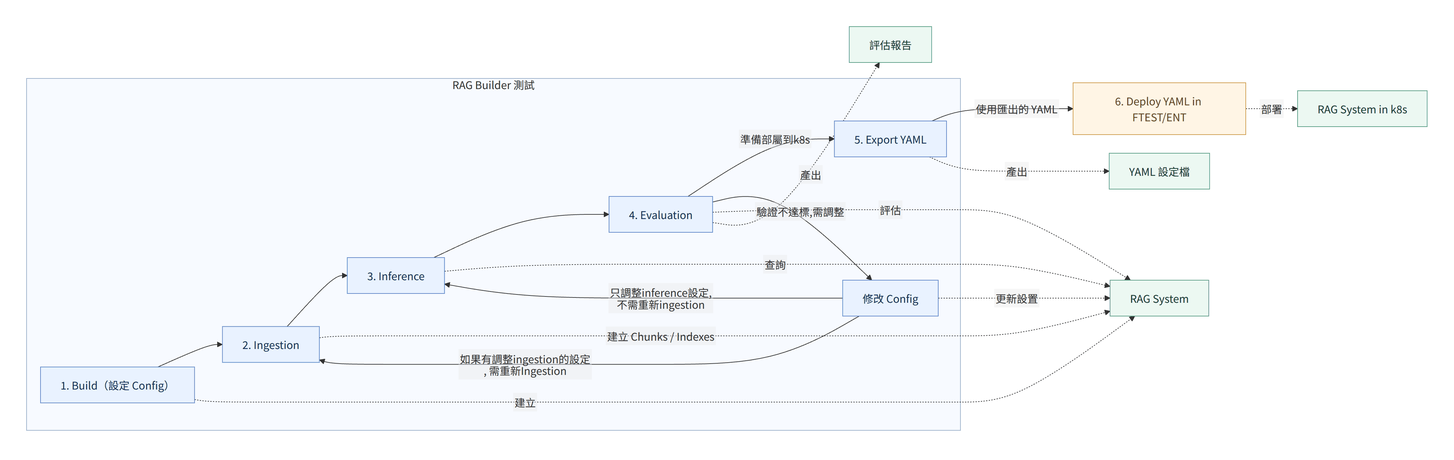
Earlier version of the Mermaid export diagrams/01_user_system_l1.png (SunnyWenwen/rag_platform). Its source is kept beside it as diagrams/01_user_system_l1.mmd.
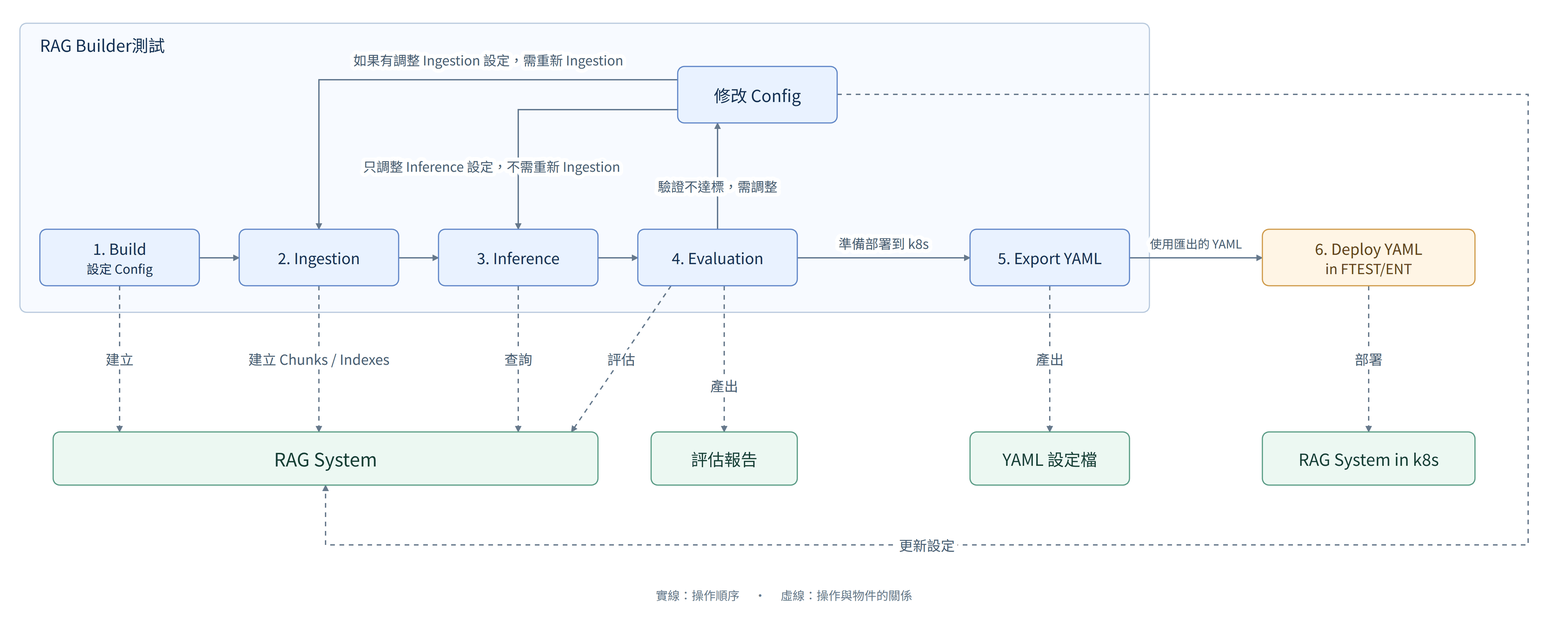
The same file after the commit.

Commit message:
docs: align RAG Builder flow to reference with deployment outside

Diff of the diagram source:
```diff
@@ -1,13 +1,13 @@
 flowchart LR
-    subgraph BUILDER["RAG Builder 測試"]
+    subgraph BUILDER["RAG Builder測試"]
         direction LR
         B["1. Build（設定 Config）"] --> I["2. Ingestion"]
         I --> Q["3. Inference"]
         Q --> E["4. Evaluation"]
-        E -->|準備部屬到k8s| X["5. Export YAML"]
-        E -->|驗證不達標,需調整| C["修改 Config"]
-        C -->|如果有調整ingestion的設定, 需重新Ingestion| I
-        C -->|只調整inference設定, 不需重新ingestion| Q
+        E -->|準備部署到 k8s| X["5. Export YAML"]
+        E -->|驗證不達標，需調整| C["修改 Config"]
+        C -->|如果有調整 Ingestion 設定，需重新 Ingestion| I
+        C -->|只調整 Inference 設定，不需重新 Ingestion| Q
     end
 
     D["6. Deploy YAML in FTEST/ENT"]
@@ -24,7 +24,7 @@
     I -. "建立 Chunks / Indexes" .-> S
     Q -. 查詢 .-> S
     E -. 評估 .-> S
-    C -. 更新設置 .-> S
+    C -. 更新設定 .-> S
 
     E -. 產出 .-> R
     X -. 產出 .-> Y
@@ -34,7 +34,6 @@
     class B,I,Q,E,X,C user
     class S,R,Y,K system
 
-
     classDef deploy fill:#fff5e5,stroke:#cf9b4a,color:#624516
     class D deploy
     style BUILDER fill:#f7faff,stroke:#9aafc9
```
